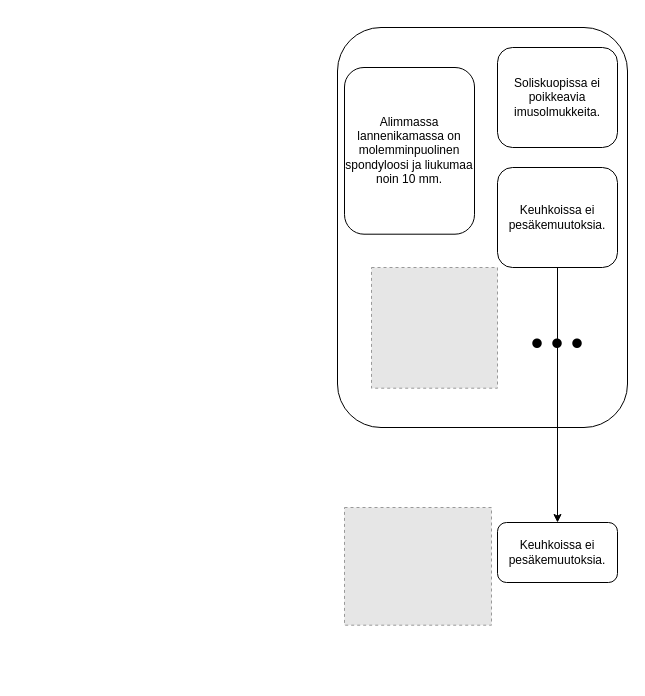
This is tekstitykki_muurahainen_ja_korppi_uudestaan.drawio from harttu/data, a draw.io file, before an edit. Source tidied: cells renumbered, new cells numbered last; positions are measured from the earlier drawing's top-left corner, leaving out a move shared by most shapes. Both pictures are drawn from the tidied source at 100%, with x=0, y=0 at pixel (337, 27). Pictures stored in the file or linked from it are replaced by grey dashed boxes.
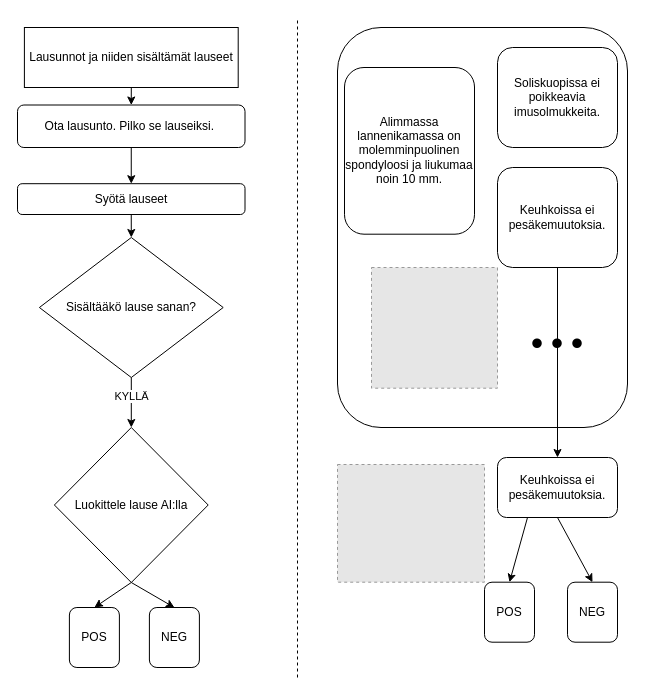
Above is the later version.

Change to the diagram source:
```diff
@@
     <mxCell id="2" value="Keuhkoissa ei pesäkemuutoksia." style="rounded=1;whiteSpace=wrap;html=1;" parent="1" vertex="1">
-      <mxGeometry x="160" y="495" width="120" height="60" as="geometry" />
+      <mxGeometry x="160" y="430" width="120" height="60" as="geometry" />
     </mxCell>
     <mxCell id="3" style="fillColor=#E6E6E6;strokeColor=#999999;dashed=1;verticalLabelPosition=bottom;labelBackgroundColor=default;verticalAlign=top;" parent="1" vertex="1">
-      <mxGeometry x="7" y="480" width="147" height="117.7" as="geometry" />
+      <mxGeometry y="437" width="147" height="117.7" as="geometry" />
     </mxCell>
@@
+    <mxCell id="11" value="POS" style="rounded=1;whiteSpace=wrap;html=1;" parent="1" vertex="1">
+      <mxGeometry x="147" y="554.7" width="50" height="60" as="geometry" />
+    </mxCell>
+    <mxCell id="12" value="NEG" style="rounded=1;whiteSpace=wrap;html=1;" parent="1" vertex="1">
+      <mxGeometry x="230" y="554.7" width="50" height="60" as="geometry" />
+    </mxCell>
+    <mxCell id="13" style="endArrow=classic;html=1;rounded=0;exitX=0.5;exitY=1;exitDx=0;exitDy=0;entryX=0.5;entryY=0;entryDx=0;entryDy=0;" parent="1" edge="1" source="2" target="12">
+      <mxGeometry relative="1" as="geometry" />
+    </mxCell>
+    <mxCell id="14" style="group;" parent="1" vertex="1">
+      <mxGeometry x="-320" width="227.5" height="640" as="geometry" />
+    </mxCell>
+    <mxCell id="15" value="Syötä lauseet" style="rounded=1;whiteSpace=wrap;html=1;" parent="14" vertex="1">
+      <mxGeometry y="156.2" width="227.5" height="30.8" as="geometry" />
+    </mxCell>
+    <mxCell id="16" value="Ota lausunto. Pilko se lauseiksi.&amp;nbsp;" style="rounded=1;whiteSpace=wrap;html=1;" parent="14" vertex="1">
+      <mxGeometry y="77.5" width="227.5" height="42.5" as="geometry" />
+    </mxCell>
+    <mxCell id="17" value="Lausunnot ja niiden sisältämät lauseet" style="rounded=0;whiteSpace=wrap;html=1;" parent="14" vertex="1">
+      <mxGeometry x="6.9" width="213.8" height="60" as="geometry" />
+    </mxCell>
+    <mxCell id="18" style="endArrow=classic;html=1;rounded=0;exitX=0.5;exitY=1;exitDx=0;exitDy=0;entryX=0.5;entryY=0;entryDx=0;entryDy=0;" parent="14" edge="1" source="17" target="16">
+      <mxGeometry relative="1" as="geometry" />
+    </mxCell>
+    <mxCell id="19" style="endArrow=classic;html=1;rounded=0;exitX=0.5;exitY=1;exitDx=0;exitDy=0;entryX=0.5;entryY=0;entryDx=0;entryDy=0;" parent="14" edge="1" source="16" target="15">
+      <mxGeometry relative="1" as="geometry" />
+    </mxCell>
+    <mxCell id="20" value="Sisältääkö lause sanan?" style="rhombus;whiteSpace=wrap;html=1;" parent="14" vertex="1">
+      <mxGeometry x="21.9" y="210" width="183.8" height="140" as="geometry" />
+    </mxCell>
+    <mxCell id="21" value="Luokittele lause AI:lla" style="rhombus;whiteSpace=wrap;html=1;" parent="14" vertex="1">
+      <mxGeometry x="36.9" y="400" width="153.8" height="155" as="geometry" />
+    </mxCell>
+    <mxCell id="22" value="POS" style="rounded=1;whiteSpace=wrap;html=1;" parent="14" vertex="1">
+      <mxGeometry x="51.9" y="580" width="50" height="60" as="geometry" />
+    </mxCell>
+    <mxCell id="23" value="NEG" style="rounded=1;whiteSpace=wrap;html=1;" parent="14" vertex="1">
+      <mxGeometry x="131.9" y="580" width="50" height="60" as="geometry" />
+    </mxCell>
+    <mxCell id="24" style="endArrow=classic;html=1;rounded=0;exitX=0.5;exitY=1;exitDx=0;exitDy=0;entryX=0.5;entryY=0;entryDx=0;entryDy=0;" parent="14" edge="1" source="21" target="23">
+      <mxGeometry relative="1" as="geometry" />
+    </mxCell>
+    <mxCell id="25" style="endArrow=classic;html=1;rounded=0;exitX=0.5;exitY=1;exitDx=0;exitDy=0;entryX=0.5;entryY=0;entryDx=0;entryDy=0;" parent="14" edge="1" source="21" target="22">
+      <mxGeometry relative="1" as="geometry" />
+    </mxCell>
+    <mxCell id="26" style="edgeStyle=orthogonalEdgeStyle;rounded=0;jettySize=auto;html=1;exitX=0.5;exitY=1;exitDx=0;exitDy=0;entryX=0.5;entryY=0;entryDx=0;entryDy=0;" parent="14" edge="1" source="20" target="21">
+      <mxGeometry relative="1" as="geometry" />
+    </mxCell>
+    <mxCell id="27" value="KYLLÄ" style="edgeLabel;html=1;align=center;verticalAlign=middle;" parent="26" vertex="1">
+      <mxGeometry x="-0.28" relative="1" as="geometry" />
+    </mxCell>
+    <mxCell id="28" style="endArrow=classic;html=1;rounded=0;exitX=0.5;exitY=1;exitDx=0;exitDy=0;entryX=0.5;entryY=0;entryDx=0;entryDy=0;" parent="14" edge="1" source="15" target="20">
+      <mxGeometry relative="1" as="geometry" />
+    </mxCell>
+    <mxCell id="29" style="endArrow=classic;html=1;rounded=0;exitX=0.25;exitY=1;exitDx=0;exitDy=0;entryX=0.5;entryY=0;entryDx=0;entryDy=0;" parent="1" edge="1" source="2" target="11">
+      <mxGeometry relative="1" as="geometry" />
+    </mxCell>
+    <mxCell id="30" style="endArrow=none;dashed=1;html=1;rounded=0;" parent="1" edge="1">
+      <mxGeometry relative="1" as="geometry">
+        <mxPoint x="-40" y="650" as="sourcePoint" />
+        <mxPoint x="-40" y="-10" as="targetPoint" />
+      </mxGeometry>
+    </mxCell>
```
